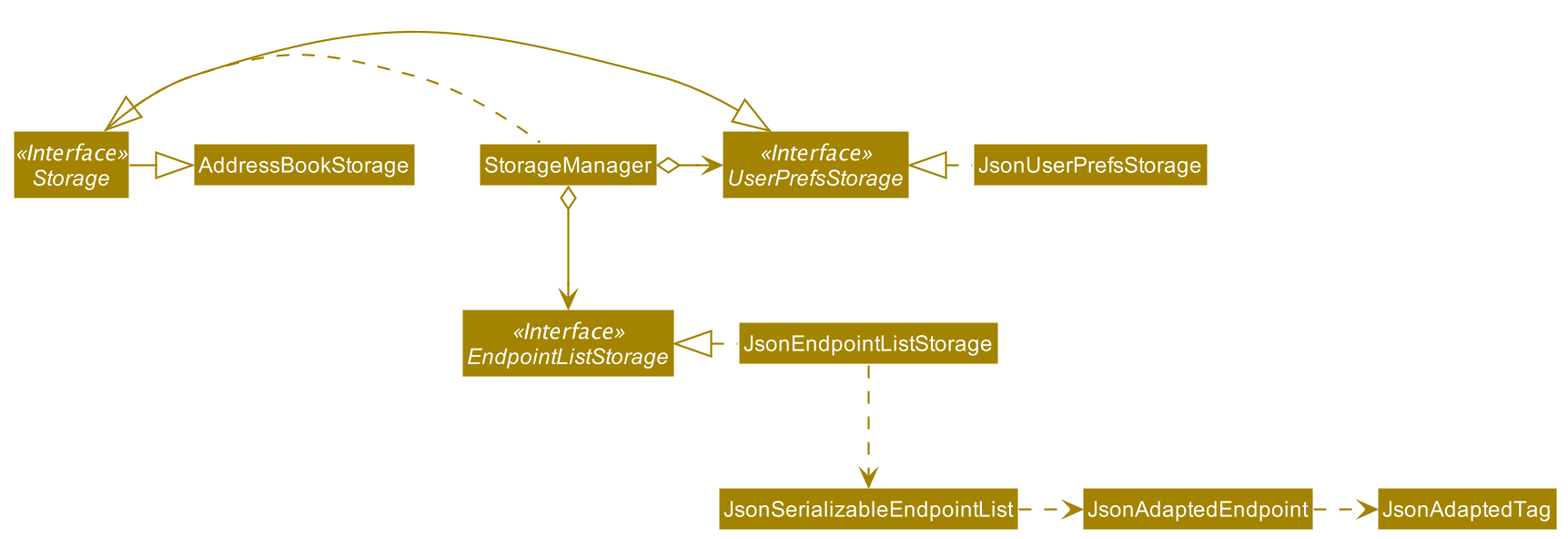
nus-cs2103-AY2021S2/tp keeps this PlantUML diagram as docs/images/StorageClassDiagram.png. Above is the earlier version.
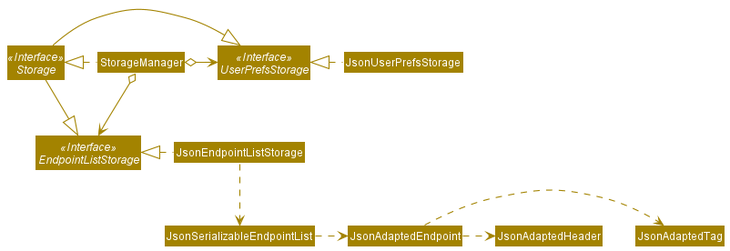
After the change.

The edit, as a diff of the source:
```diff
@@ -17,11 +17,12 @@
 StorageManager o--> EndpointListStorage
 
 Storage -|> UserPrefsStorage
-Storage -|> AddressBookStorage
+Storage -|> EndpointListStorage
 
 JsonUserPrefsStorage .left.|> UserPrefsStorage
 JsonEndpointListStorage .left.|> EndpointListStorage
 JsonEndpointListStorage .down.> JsonSerializableEndpointList
 JsonSerializableEndpointList .right.> JsonAdaptedEndpoint
 JsonAdaptedEndpoint .right.> JsonAdaptedTag
+JsonAdaptedEndpoint .right.> JsonAdaptedHeader
 @enduml
```
